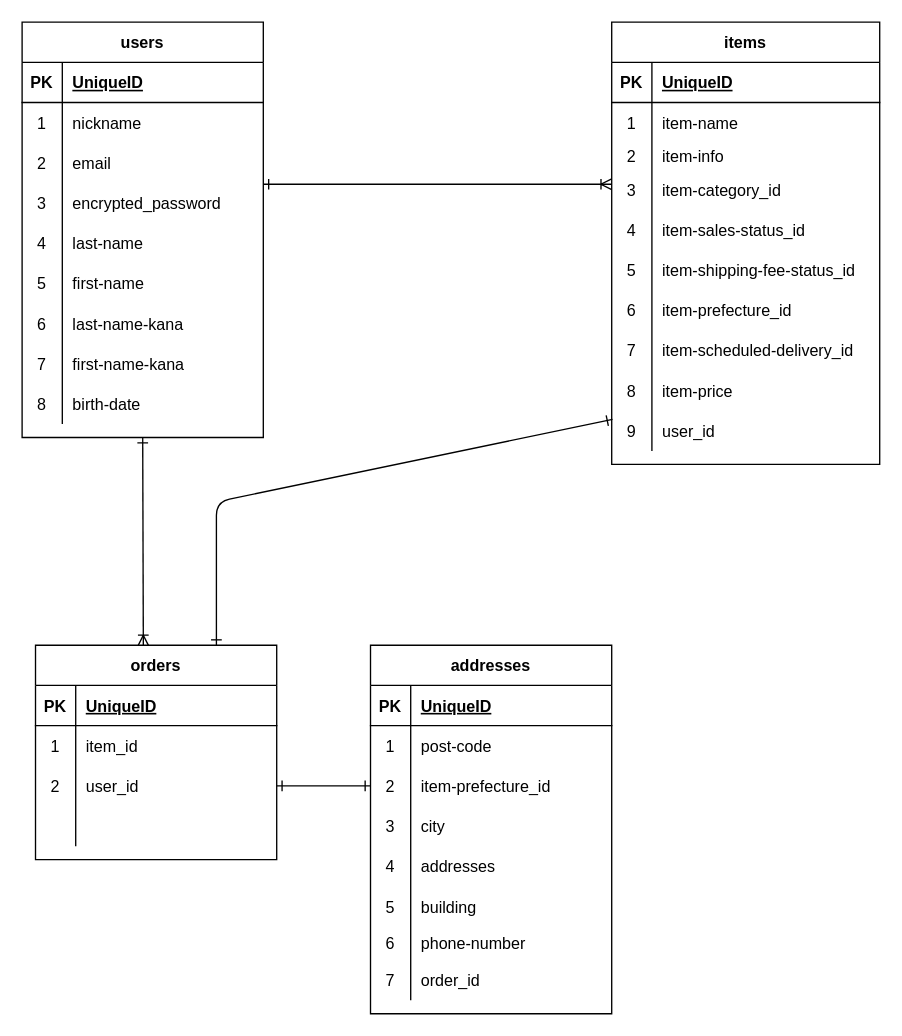
Before: furima.dio in john-tarou/furima-37848, a draw.io diagram. Source tidied: cells renumbered, new cells numbered last; positions are measured from the earlier drawing's top-left corner, leaving out a move shared by most shapes. Both pictures are drawn from the tidied source at 134%, with x=0, y=0 at pixel (21, 21).
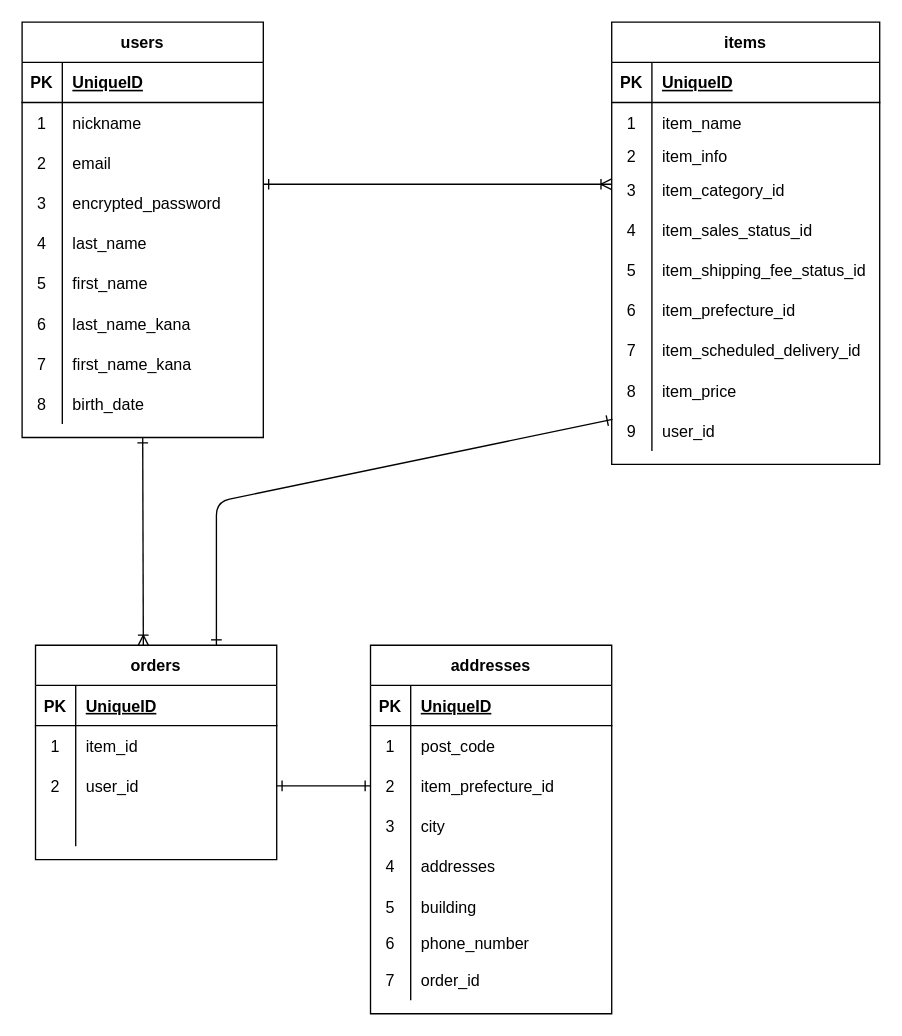
Above is the later version.

Commit message (it also covers changes not shown here):
データベース設計修正２

Unchanged cells that the change refers to:
```xml
<mxCell id="16" style="shape=partialRectangle;fillColor=none;top=0;left=0;bottom=0;right=0;" parent="3" vertex="1">
  <mxGeometry y="150" width="180" height="30" as="geometry" />
</mxCell>
<mxCell id="19" style="shape=partialRectangle;fillColor=none;top=0;left=0;bottom=0;right=0;" parent="3" vertex="1">
  <mxGeometry y="180" width="180" height="30" as="geometry" />
</mxCell>
<mxCell id="22" style="shape=partialRectangle;fillColor=none;top=0;left=0;bottom=0;right=0;" parent="3" vertex="1">
  <mxGeometry y="210" width="180" height="30" as="geometry" />
</mxCell>
<mxCell id="25" style="shape=partialRectangle;fillColor=none;top=0;left=0;bottom=0;right=0;" parent="3" vertex="1">
  <mxGeometry y="240" width="180" height="30" as="geometry" />
</mxCell>
<mxCell id="28" style="shape=partialRectangle;fillColor=none;top=0;left=0;bottom=0;right=0;" parent="3" vertex="1">
  <mxGeometry y="270" width="180" height="30" as="geometry" />
</mxCell>
<mxCell id="35" style="shape=partialRectangle;fillColor=none;top=0;left=0;bottom=0;right=0;" parent="31" vertex="1">
  <mxGeometry y="60" width="200" height="30" as="geometry" />
</mxCell>
<mxCell id="38" style="shape=partialRectangle;fillColor=none;top=0;left=0;bottom=0;right=0;" parent="31" vertex="1">
  <mxGeometry y="90" width="200" height="20" as="geometry" />
</mxCell>
<mxCell id="41" style="shape=partialRectangle;fillColor=none;top=0;left=0;bottom=0;right=0;" parent="31" vertex="1">
  <mxGeometry y="110" width="200" height="30" as="geometry" />
</mxCell>
<mxCell id="44" style="shape=partialRectangle;fillColor=none;top=0;left=0;bottom=0;right=0;" parent="31" vertex="1">
  <mxGeometry y="140" width="200" height="30" as="geometry" />
</mxCell>
<mxCell id="47" style="shape=partialRectangle;fillColor=none;top=0;left=0;bottom=0;right=0;" parent="31" vertex="1">
  <mxGeometry y="170" width="200" height="30" as="geometry" />
</mxCell>
<mxCell id="50" style="shape=partialRectangle;fillColor=none;top=0;left=0;bottom=0;right=0;" parent="31" vertex="1">
  <mxGeometry y="200" width="200" height="30" as="geometry" />
</mxCell>
<mxCell id="53" style="shape=partialRectangle;fillColor=none;top=0;left=0;bottom=0;right=0;" parent="31" vertex="1">
  <mxGeometry y="230" width="200" height="30" as="geometry" />
</mxCell>
<mxCell id="56" style="shape=partialRectangle;fillColor=none;top=0;left=0;bottom=0;right=0;" parent="31" vertex="1">
  <mxGeometry y="260" width="200" height="30" as="geometry" />
</mxCell>
<mxCell id="81" style="shape=partialRectangle;fillColor=none;top=0;left=0;bottom=0;right=0;" parent="77" vertex="1">
  <mxGeometry y="60" width="180" height="30" as="geometry" />
</mxCell>
<mxCell id="84" style="shape=partialRectangle;fillColor=none;top=0;left=0;bottom=0;right=0;points=[[0,0.5],[1,0.5]];portConstraint=eastwest;" parent="77" vertex="1">
  <mxGeometry y="90" width="180" height="30" as="geometry" />
</mxCell>
<mxCell id="96" style="shape=partialRectangle;fillColor=none;top=0;left=0;bottom=0;right=0;" parent="77" vertex="1">
  <mxGeometry y="210" width="180" height="25" as="geometry" />
</mxCell>
```

Diff of the diagram source:
```diff
@@
-    <mxCell id="18" value="last-name" style="shape=partialRectangle;fillColor=none;top=0;left=0;bottom=0;right=0;align=left;spacingLeft=6;overflow=hidden;" parent="16" vertex="1">
+    <mxCell id="18" value="last_name" style="shape=partialRectangle;fillColor=none;top=0;left=0;bottom=0;right=0;align=left;spacingLeft=6;overflow=hidden;" parent="16" vertex="1">
       <mxGeometry x="30" width="150" height="30" as="geometry" />
     </mxCell>
@@
-    <mxCell id="21" value="first-name" style="shape=partialRectangle;fillColor=none;top=0;left=0;bottom=0;right=0;align=left;spacingLeft=6;overflow=hidden;" parent="19" vertex="1">
+    <mxCell id="21" value="first_name" style="shape=partialRectangle;fillColor=none;top=0;left=0;bottom=0;right=0;align=left;spacingLeft=6;overflow=hidden;" parent="19" vertex="1">
       <mxGeometry x="30" width="150" height="30" as="geometry" />
     </mxCell>
@@
-    <mxCell id="24" value="last-name-kana" style="shape=partialRectangle;fillColor=none;top=0;left=0;bottom=0;right=0;align=left;spacingLeft=6;overflow=hidden;" parent="22" vertex="1">
+    <mxCell id="24" value="last_name_kana" style="shape=partialRectangle;fillColor=none;top=0;left=0;bottom=0;right=0;align=left;spacingLeft=6;overflow=hidden;" parent="22" vertex="1">
       <mxGeometry x="30" width="150" height="30" as="geometry" />
     </mxCell>
@@
-    <mxCell id="27" value="first-name-kana" style="shape=partialRectangle;fillColor=none;top=0;left=0;bottom=0;right=0;align=left;spacingLeft=6;overflow=hidden;" parent="25" vertex="1">
+    <mxCell id="27" value="first_name_kana" style="shape=partialRectangle;fillColor=none;top=0;left=0;bottom=0;right=0;align=left;spacingLeft=6;overflow=hidden;" parent="25" vertex="1">
       <mxGeometry x="30" width="150" height="30" as="geometry" />
     </mxCell>
@@
-    <mxCell id="30" value="birth-date" style="shape=partialRectangle;fillColor=none;top=0;left=0;bottom=0;right=0;align=left;spacingLeft=6;overflow=hidden;" parent="28" vertex="1">
+    <mxCell id="30" value="birth_date" style="shape=partialRectangle;fillColor=none;top=0;left=0;bottom=0;right=0;align=left;spacingLeft=6;overflow=hidden;" parent="28" vertex="1">
       <mxGeometry x="30" width="150" height="30" as="geometry" />
     </mxCell>
@@
-    <mxCell id="37" value="item-name" style="shape=partialRectangle;fillColor=none;top=0;left=0;bottom=0;right=0;align=left;spacingLeft=6;overflow=hidden;" parent="35" vertex="1">
+    <mxCell id="37" value="item_name" style="shape=partialRectangle;fillColor=none;top=0;left=0;bottom=0;right=0;align=left;spacingLeft=6;overflow=hidden;" parent="35" vertex="1">
       <mxGeometry x="30" width="170" height="30" as="geometry" />
     </mxCell>
@@
-    <mxCell id="40" value="item-info" style="shape=partialRectangle;fillColor=none;top=0;left=0;bottom=0;right=0;align=left;spacingLeft=6;overflow=hidden;" parent="38" vertex="1">
+    <mxCell id="40" value="item_info" style="shape=partialRectangle;fillColor=none;top=0;left=0;bottom=0;right=0;align=left;spacingLeft=6;overflow=hidden;" parent="38" vertex="1">
       <mxGeometry x="30" width="170" height="20" as="geometry" />
     </mxCell>
@@
-    <mxCell id="43" value="item-category_id" style="shape=partialRectangle;fillColor=none;top=0;left=0;bottom=0;right=0;align=left;spacingLeft=6;overflow=hidden;" parent="41" vertex="1">
+    <mxCell id="43" value="item_category_id" style="shape=partialRectangle;fillColor=none;top=0;left=0;bottom=0;right=0;align=left;spacingLeft=6;overflow=hidden;" parent="41" vertex="1">
       <mxGeometry x="30" width="170" height="30" as="geometry" />
     </mxCell>
@@
-    <mxCell id="46" value="item-sales-status_id" style="shape=partialRectangle;fillColor=none;top=0;left=0;bottom=0;right=0;align=left;spacingLeft=6;overflow=hidden;" parent="44" vertex="1">
+    <mxCell id="46" value="item_sales_status_id" style="shape=partialRectangle;fillColor=none;top=0;left=0;bottom=0;right=0;align=left;spacingLeft=6;overflow=hidden;" parent="44" vertex="1">
       <mxGeometry x="30" width="170" height="30" as="geometry" />
     </mxCell>
@@
-    <mxCell id="49" value="item-shipping-fee-status_id" style="shape=partialRectangle;fillColor=none;top=0;left=0;bottom=0;right=0;align=left;spacingLeft=6;overflow=hidden;" parent="47" vertex="1">
+    <mxCell id="49" value="item_shipping_fee_status_id" style="shape=partialRectangle;fillColor=none;top=0;left=0;bottom=0;right=0;align=left;spacingLeft=6;overflow=hidden;" parent="47" vertex="1">
       <mxGeometry x="30" width="170" height="30" as="geometry" />
     </mxCell>
@@
-    <mxCell id="52" value="item-prefecture_id" style="shape=partialRectangle;fillColor=none;top=0;left=0;bottom=0;right=0;align=left;spacingLeft=6;overflow=hidden;" parent="50" vertex="1">
+    <mxCell id="52" value="item_prefecture_id" style="shape=partialRectangle;fillColor=none;top=0;left=0;bottom=0;right=0;align=left;spacingLeft=6;overflow=hidden;" parent="50" vertex="1">
       <mxGeometry x="30" width="170" height="30" as="geometry" />
     </mxCell>
@@
-    <mxCell id="55" value="item-scheduled-delivery_id" style="shape=partialRectangle;fillColor=none;top=0;left=0;bottom=0;right=0;align=left;spacingLeft=6;overflow=hidden;" parent="53" vertex="1">
+    <mxCell id="55" value="item_scheduled_delivery_id" style="shape=partialRectangle;fillColor=none;top=0;left=0;bottom=0;right=0;align=left;spacingLeft=6;overflow=hidden;" parent="53" vertex="1">
       <mxGeometry x="30" width="170" height="30" as="geometry" />
     </mxCell>
@@
-    <mxCell id="58" value="item-price" style="shape=partialRectangle;fillColor=none;top=0;left=0;bottom=0;right=0;align=left;spacingLeft=6;overflow=hidden;" parent="56" vertex="1">
+    <mxCell id="58" value="item_price" style="shape=partialRectangle;fillColor=none;top=0;left=0;bottom=0;right=0;align=left;spacingLeft=6;overflow=hidden;" parent="56" vertex="1">
       <mxGeometry x="30" width="170" height="30" as="geometry" />
     </mxCell>
@@
-    <mxCell id="83" value="post-code" style="shape=partialRectangle;fillColor=none;top=0;left=0;bottom=0;right=0;align=left;spacingLeft=6;overflow=hidden;" parent="81" vertex="1">
+    <mxCell id="83" value="post_code" style="shape=partialRectangle;fillColor=none;top=0;left=0;bottom=0;right=0;align=left;spacingLeft=6;overflow=hidden;" parent="81" vertex="1">
       <mxGeometry x="30" width="150" height="30" as="geometry" />
     </mxCell>
@@
-    <mxCell id="86" value="item-prefecture_id" style="shape=partialRectangle;fillColor=none;top=0;left=0;bottom=0;right=0;align=left;spacingLeft=6;overflow=hidden;" parent="84" vertex="1">
+    <mxCell id="86" value="item_prefecture_id" style="shape=partialRectangle;fillColor=none;top=0;left=0;bottom=0;right=0;align=left;spacingLeft=6;overflow=hidden;" parent="84" vertex="1">
       <mxGeometry x="30" width="150" height="30" as="geometry" />
     </mxCell>
@@
-    <mxCell id="98" value="phone-number" style="shape=partialRectangle;fillColor=none;top=0;left=0;bottom=0;right=0;align=left;spacingLeft=6;overflow=hidden;" parent="96" vertex="1">
+    <mxCell id="98" value="phone_number" style="shape=partialRectangle;fillColor=none;top=0;left=0;bottom=0;right=0;align=left;spacingLeft=6;overflow=hidden;" parent="96" vertex="1">
       <mxGeometry x="30" width="150" height="25" as="geometry" />
     </mxCell>
```
